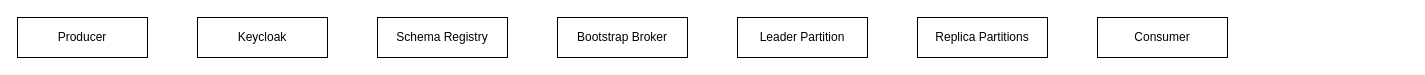
The draw.io diagram Kafkaflow.drawio in adityadworkplace/kafkaflow, before the edit. Source tidied: cells renumbered, new cells numbered last; positions are measured from the earlier drawing's top-left corner, leaving out a move shared by most shapes. Both pictures are drawn from the tidied source at 100%, with x=0, y=0 at pixel (17, 17).
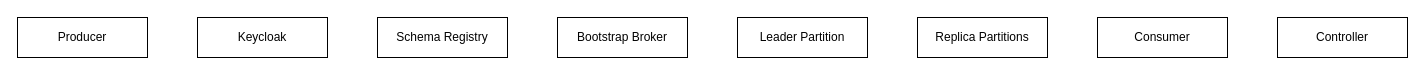
The same page after the edit.

Change to the diagram source:
```diff
@@
 <mxGraphModel>
   <root>
     <mxCell id="0" />
     <mxCell id="1" parent="0" />
     <mxCell id="2" value="Producer" style="rounded=0;whiteSpace=wrap;html=1;" parent="1" vertex="1">
       <mxGeometry width="130" height="40" as="geometry" />
     </mxCell>
     <mxCell id="3" value="Bootstrap&lt;span style=&quot;background-color: transparent; color: light-dark(rgb(0, 0, 0), rgb(255, 255, 255));&quot;&gt;&amp;nbsp;Broker&lt;/span&gt;" style="rounded=0;whiteSpace=wrap;html=1;" parent="1" vertex="1">
       <mxGeometry x="540" width="130" height="40" as="geometry" />
     </mxCell>
     <mxCell id="4" value="Leader Partition" style="rounded=0;whiteSpace=wrap;html=1;" parent="1" vertex="1">
       <mxGeometry x="720" width="130" height="40" as="geometry" />
     </mxCell>
     <mxCell id="5" value="Replica Partitions" style="rounded=0;whiteSpace=wrap;html=1;" parent="1" vertex="1">
       <mxGeometry x="900" width="130" height="40" as="geometry" />
     </mxCell>
     <mxCell id="6" value="Schema Registry" style="rounded=0;whiteSpace=wrap;html=1;" parent="1" vertex="1">
       <mxGeometry x="360" width="130" height="40" as="geometry" />
     </mxCell>
     <mxCell id="7" value="Keycloak" style="rounded=0;whiteSpace=wrap;html=1;" parent="1" vertex="1">
       <mxGeometry x="180" width="130" height="40" as="geometry" />
     </mxCell>
     <mxCell id="8" value="Consumer" style="rounded=0;whiteSpace=wrap;html=1;" parent="1" vertex="1">
       <mxGeometry x="1080" width="130" height="40" as="geometry" />
     </mxCell>
+    <mxCell id="9" value="Controller" style="rounded=0;whiteSpace=wrap;html=1;" parent="1" vertex="1">
+      <mxGeometry x="1260" width="130" height="40" as="geometry" />
+    </mxCell>
   </root>
 </mxGraphModel>
```
